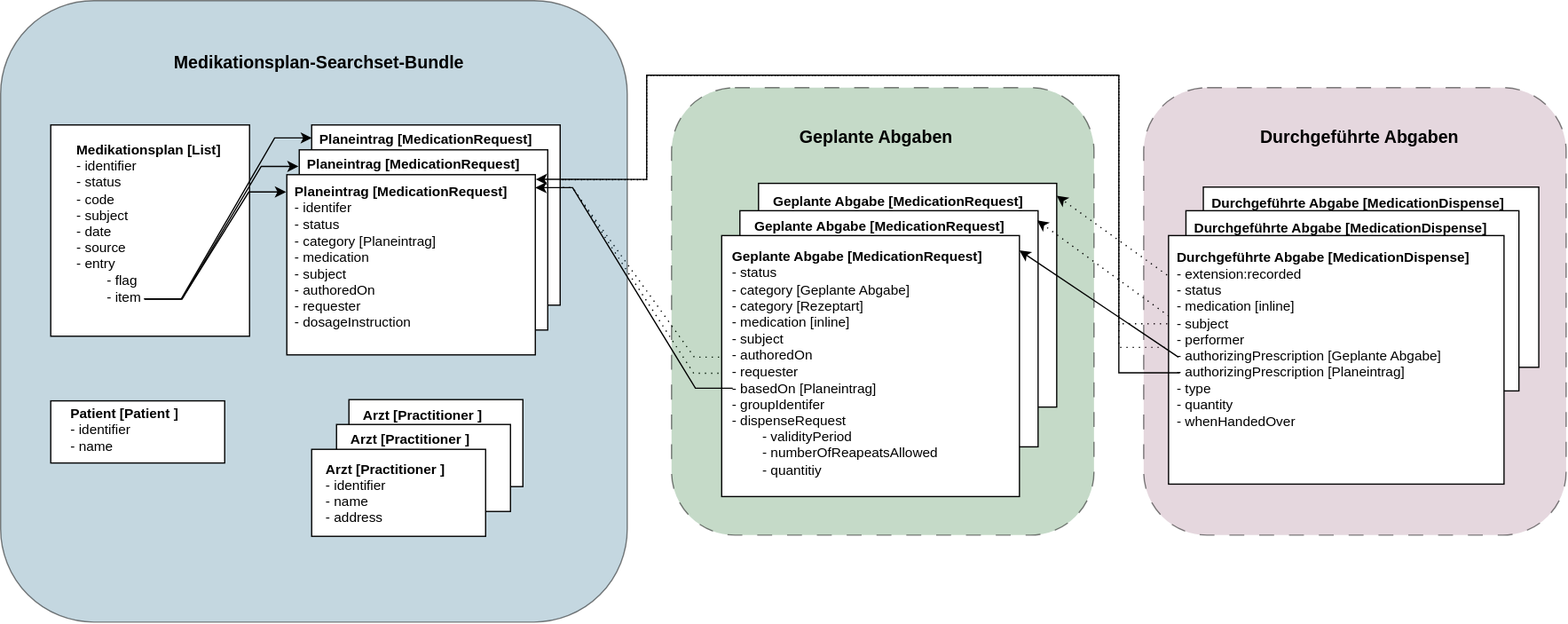
Earlier version of the draw.io export r4-ELGA-e-Medikation-main/en/Uebersicht_e_Medikation_Ressourcen.drawio.svg (HL7Austria/hl7austria.github.io). Source tidied: cells renumbered, new cells last; positions are measured from the earlier drawing's top-left corner, leaving out a move shared by most shapes.
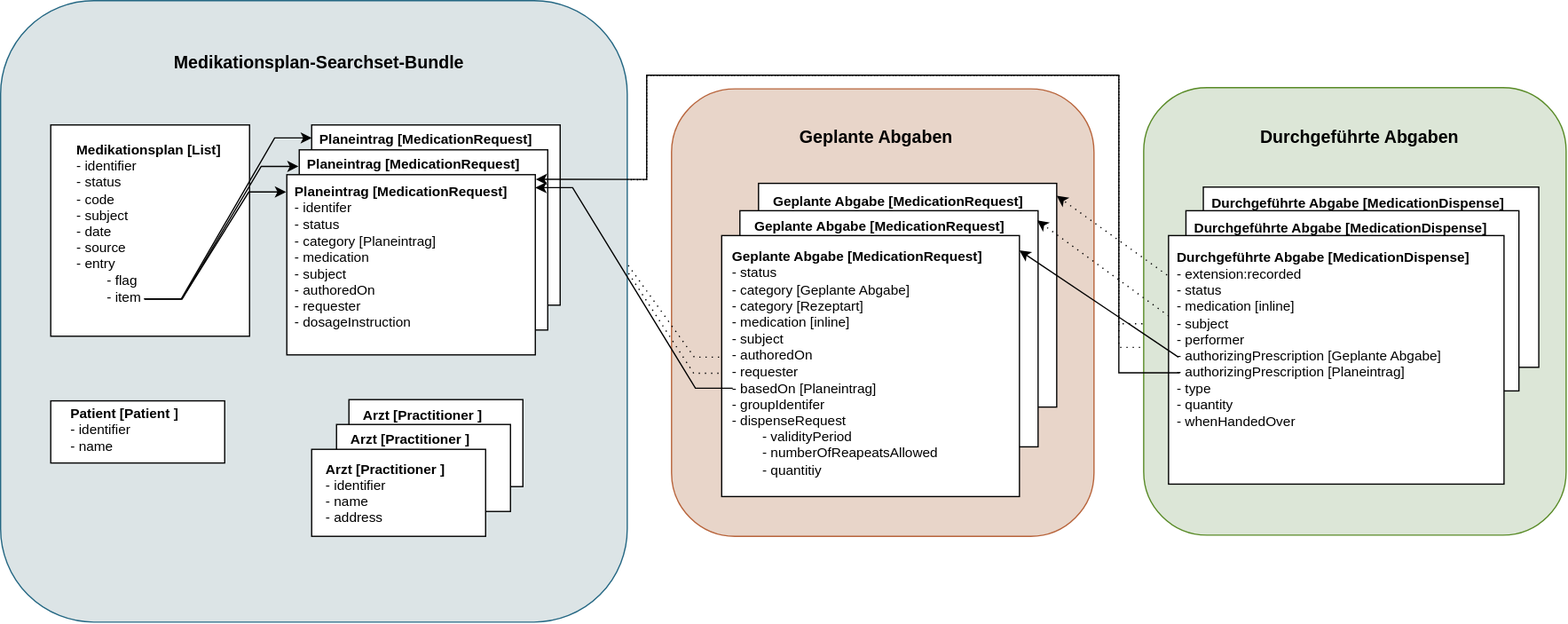
The same file after the commit.

The edit, as a diff of the source:
```diff
@@ -2,6 +2,9 @@
   <root>
     <mxCell id="0" />
     <mxCell id="1" parent="0" />
+    <mxCell id="54" style="rounded=1;whiteSpace=wrap;html=1;roundedPerimeter=1;fillColor=#E8D5C9;strokeColor=#B8643B;" parent="1" vertex="1">
+      <mxGeometry x="540" y="71" width="340" height="360" as="geometry" />
+    </mxCell>
     <mxCell id="2" value=" " style="endArrow=classic;html=1;rounded=0;entryX=1.001;entryY=0.072;entryDx=0;entryDy=0;dashed=1;dashPattern=1 4;exitX=0.002;exitY=0.539;exitDx=0;exitDy=0;exitPerimeter=0;edgeStyle=entityRelationEdgeStyle;entryPerimeter=0;fontSize=11;" parent="1" edge="1" source="40" target="19">
       <mxGeometry relative="1" as="geometry" />
     </mxCell>
@@ -31,13 +34,10 @@
         </Array>
       </mxGeometry>
     </mxCell>
-    <mxCell id="6" style="rounded=1;whiteSpace=wrap;html=1;dashed=1;dashPattern=12 12;strokeColor=#000000;fillColor=#96607D80;opacity=50;fontSize=11;" parent="1" vertex="1">
+    <mxCell id="6" style="rounded=1;whiteSpace=wrap;html=1;strokeColor=#598B27;fillColor=#DCE6D7;fontSize=11;" parent="1" vertex="1">
       <mxGeometry x="920" y="70" width="340" height="360" as="geometry" />
     </mxCell>
-    <mxCell id="7" style="rounded=1;whiteSpace=wrap;html=1;dashed=1;dashPattern=12 12;strokeColor=#000000;fillColor=#196B2480;opacity=50;fontSize=11;" parent="1" vertex="1">
-      <mxGeometry x="540" y="70" width="340" height="360" as="geometry" />
-    </mxCell>
-    <mxCell id="8" style="rounded=1;whiteSpace=wrap;html=1;fillColor=#15608280;strokeColor=#000000;opacity=50;fontSize=11;" parent="1" vertex="1">
+    <mxCell id="8" style="rounded=1;whiteSpace=wrap;html=1;fillColor=#DCE4E6;strokeColor=#246783;fontSize=11;" parent="1" vertex="1">
       <mxGeometry width="504.4" height="500" as="geometry" />
     </mxCell>
     <mxCell id="9" value="&lt;span&gt;&lt;font style=&quot;font-size: 14px;&quot;&gt;Medikationsplan-Searchset-Bundle&lt;/font&gt;&lt;/span&gt;" style="text;html=1;whiteSpace=wrap;strokeColor=none;fillColor=none;align=center;verticalAlign=middle;rounded=0;fontStyle=1;fontSize=11;" parent="1" vertex="1">
```
